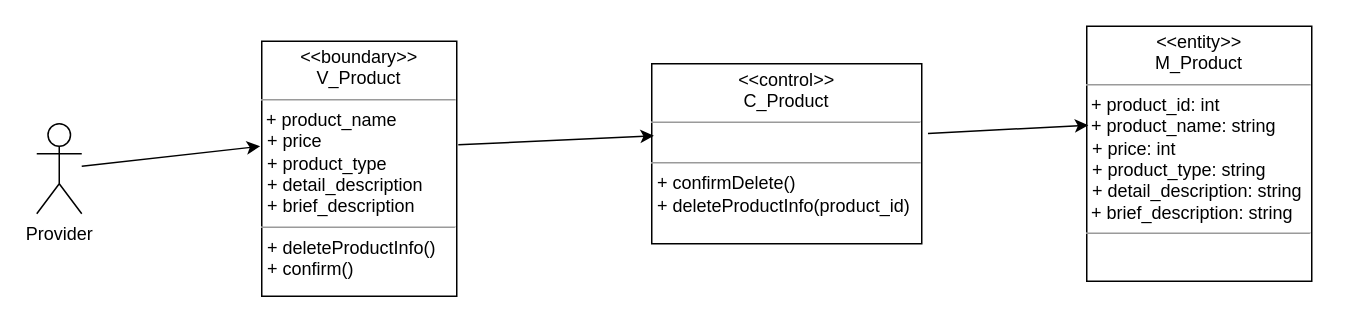
Above: Lop_tham_gia_Usecase/Duy's ClassUC/XoaSanPhamClass.drawio in hoangminh15/PTTKHT (draw.io), before the change. Source tidied: cells renumbered, new cells numbered last; positions are measured from the earlier drawing's top-left corner, leaving out a move shared by most shapes. Both pictures are drawn from the tidied source at 150%, with x=0, y=0 at pixel (36, 26).
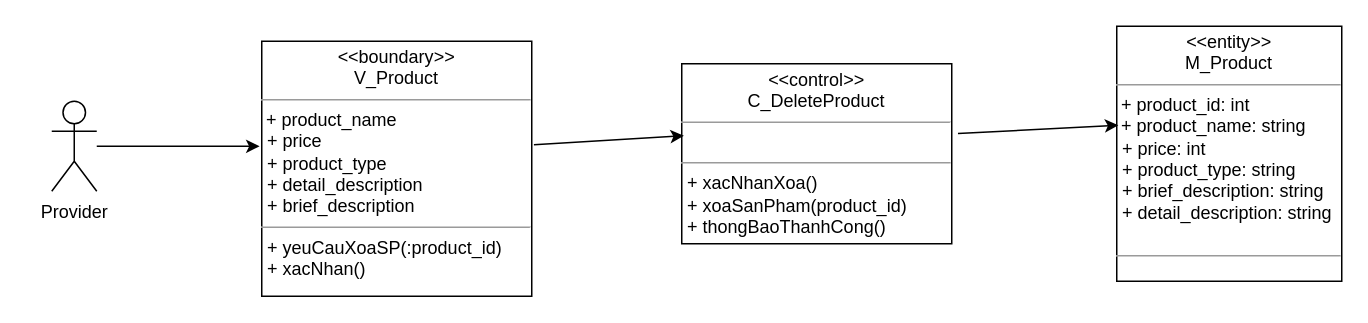
After the change.

The edit, as a diff of the source:
```diff
@@
 <mxGraphModel>
   <root>
     <mxCell id="0" />
     <mxCell id="1" parent="0" />
     <mxCell id="2" value="Provider" style="shape=umlActor;verticalLabelPosition=bottom;verticalAlign=top;html=1;" parent="1" vertex="1">
-      <mxGeometry y="65" width="30" height="60" as="geometry" />
+      <mxGeometry x="10" y="50" width="30" height="60" as="geometry" />
     </mxCell>
-    <mxCell id="3" value="&lt;p style=&quot;margin: 0px ; margin-top: 4px ; text-align: center&quot;&gt;&lt;i&gt;&amp;lt;&lt;/i&gt;&amp;lt;boundary&lt;i&gt;&amp;gt;&amp;gt;&lt;/i&gt;&lt;br&gt;V_Product&lt;/p&gt;&lt;hr size=&quot;1&quot;&gt;&amp;nbsp;+ product_name&lt;br&gt;&lt;p style=&quot;margin: 0px ; margin-left: 4px&quot;&gt;+ price&lt;br&gt;&lt;/p&gt;&lt;p style=&quot;margin: 0px ; margin-left: 4px&quot;&gt;+ product_type&lt;br&gt;&lt;/p&gt;&lt;p style=&quot;margin: 0px ; margin-left: 4px&quot;&gt;+ detail_description&lt;br&gt;&lt;/p&gt;&lt;p style=&quot;margin: 0px ; margin-left: 4px&quot;&gt;+ brief_description&lt;br&gt;&lt;/p&gt;&lt;hr size=&quot;1&quot;&gt;&lt;p style=&quot;margin: 0px ; margin-left: 4px&quot;&gt;+ deleteProductInfo()&lt;br&gt;&lt;/p&gt;&lt;p style=&quot;margin: 0px ; margin-left: 4px&quot;&gt;+ confirm()&lt;/p&gt;" style="verticalAlign=top;align=left;overflow=fill;fontSize=12;fontFamily=Helvetica;html=1;" parent="1" vertex="1">
-      <mxGeometry x="150" y="10" width="130" height="170" as="geometry" />
+    <mxCell id="3" value="&lt;p style=&quot;margin: 0px ; margin-top: 4px ; text-align: center&quot;&gt;&lt;i&gt;&amp;lt;&lt;/i&gt;&amp;lt;boundary&lt;i&gt;&amp;gt;&amp;gt;&lt;/i&gt;&lt;br&gt;V_Product&lt;/p&gt;&lt;hr size=&quot;1&quot;&gt;&amp;nbsp;+ product_name&lt;br&gt;&lt;p style=&quot;margin: 0px ; margin-left: 4px&quot;&gt;+ price&lt;br&gt;&lt;/p&gt;&lt;p style=&quot;margin: 0px ; margin-left: 4px&quot;&gt;+ product_type&lt;br&gt;&lt;/p&gt;&lt;p style=&quot;margin: 0px ; margin-left: 4px&quot;&gt;+ detail_description&lt;br&gt;&lt;/p&gt;&lt;p style=&quot;margin: 0px ; margin-left: 4px&quot;&gt;+ brief_description&lt;br&gt;&lt;/p&gt;&lt;hr size=&quot;1&quot;&gt;&lt;p style=&quot;margin: 0px ; margin-left: 4px&quot;&gt;+ yeuCauXoaSP(:product_id)&lt;br&gt;&lt;/p&gt;&lt;p style=&quot;margin: 0px ; margin-left: 4px&quot;&gt;+ xacNhan()&lt;/p&gt;" style="verticalAlign=top;align=left;overflow=fill;fontSize=12;fontFamily=Helvetica;html=1;" parent="1" vertex="1">
+      <mxGeometry x="150" y="10" width="180" height="170" as="geometry" />
     </mxCell>
-    <mxCell id="4" value="&lt;p style=&quot;margin: 0px ; margin-top: 4px ; text-align: center&quot;&gt;&lt;i&gt;&amp;lt;&lt;/i&gt;&amp;lt;control&lt;i&gt;&amp;gt;&amp;gt;&lt;/i&gt;&lt;br&gt;C_Product&lt;/p&gt;&lt;hr size=&quot;1&quot;&gt;&lt;br&gt;&lt;hr size=&quot;1&quot;&gt;&lt;p style=&quot;margin: 0px ; margin-left: 4px&quot;&gt;+ confirmDelete()&lt;/p&gt;&lt;p style=&quot;margin: 0px ; margin-left: 4px&quot;&gt;+ deleteProductInfo(product_id)&lt;br&gt;&lt;br&gt;&lt;/p&gt;" style="verticalAlign=top;align=left;overflow=fill;fontSize=12;fontFamily=Helvetica;html=1;" parent="1" vertex="1">
-      <mxGeometry x="410" y="25" width="180" height="120" as="geometry" />
+    <mxCell id="4" value="&lt;p style=&quot;margin: 0px ; margin-top: 4px ; text-align: center&quot;&gt;&lt;i&gt;&amp;lt;&lt;/i&gt;&amp;lt;control&lt;i&gt;&amp;gt;&amp;gt;&lt;/i&gt;&lt;br&gt;C_DeleteProduct&lt;/p&gt;&lt;hr size=&quot;1&quot;&gt;&lt;br&gt;&lt;hr size=&quot;1&quot;&gt;&lt;p style=&quot;margin: 0px ; margin-left: 4px&quot;&gt;+ xacNhanXoa()&lt;/p&gt;&lt;p style=&quot;margin: 0px ; margin-left: 4px&quot;&gt;+ xoaSanPham(product_id)&lt;/p&gt;&lt;p style=&quot;margin: 0px ; margin-left: 4px&quot;&gt;+ thongBaoThanhCong()&lt;br&gt;&lt;br&gt;&lt;/p&gt;" style="verticalAlign=top;align=left;overflow=fill;fontSize=12;fontFamily=Helvetica;html=1;" parent="1" vertex="1">
+      <mxGeometry x="430" y="25" width="180" height="120" as="geometry" />
     </mxCell>
     <mxCell id="5" style="endArrow=classic;html=1;exitX=1.008;exitY=0.406;exitDx=0;exitDy=0;exitPerimeter=0;entryX=0.008;entryY=0.4;entryDx=0;entryDy=0;entryPerimeter=0;" parent="1" edge="1" source="3" target="4">
       <mxGeometry relative="1" as="geometry" />
     </mxCell>
     <mxCell id="6" style="endArrow=classic;html=1;entryX=-0.008;entryY=0.412;entryDx=0;entryDy=0;entryPerimeter=0;" parent="1" edge="1" source="2" target="3">
       <mxGeometry relative="1" as="geometry" />
     </mxCell>
-    <mxCell id="7" value="&lt;p style=&quot;margin: 0px ; margin-top: 4px ; text-align: center&quot;&gt;&lt;i&gt;&amp;lt;&lt;/i&gt;&amp;lt;entity&lt;i&gt;&amp;gt;&amp;gt;&lt;/i&gt;&lt;br&gt;M_Product&lt;/p&gt;&lt;hr size=&quot;1&quot;&gt;&lt;div&gt;&amp;nbsp;+ product_id: int&lt;br&gt;&lt;/div&gt;&lt;div&gt;&amp;nbsp;+ product_name: string&lt;br&gt;&lt;/div&gt;&lt;p style=&quot;margin: 0px ; margin-left: 4px&quot;&gt;+ price: int&lt;br&gt;&lt;/p&gt;&lt;p style=&quot;margin: 0px ; margin-left: 4px&quot;&gt;+ product_type: string&lt;br&gt;&lt;/p&gt;&lt;p style=&quot;margin: 0px ; margin-left: 4px&quot;&gt;+ detail_description: string&lt;br&gt;&lt;/p&gt;&amp;nbsp;+ brief_description: string&lt;br&gt;&lt;hr size=&quot;1&quot;&gt;&lt;p style=&quot;margin: 0px ; margin-left: 4px&quot;&gt;&lt;br&gt;&lt;br&gt;&lt;/p&gt;" style="verticalAlign=top;align=left;overflow=fill;fontSize=12;fontFamily=Helvetica;html=1;" parent="1" vertex="1">
-      <mxGeometry x="700" width="150" height="170" as="geometry" />
+    <mxCell id="7" value="&lt;p style=&quot;margin: 0px ; margin-top: 4px ; text-align: center&quot;&gt;&lt;i&gt;&amp;lt;&lt;/i&gt;&amp;lt;entity&lt;i&gt;&amp;gt;&amp;gt;&lt;/i&gt;&lt;br&gt;M_Product&lt;/p&gt;&lt;hr size=&quot;1&quot;&gt;&lt;div&gt;&amp;nbsp;+ product_id: int&lt;br&gt;&lt;/div&gt;&lt;div&gt;&amp;nbsp;+ product_name: string&lt;br&gt;&lt;/div&gt;&lt;p style=&quot;margin: 0px ; margin-left: 4px&quot;&gt;+ price: int&lt;br&gt;&lt;/p&gt;&lt;p style=&quot;margin: 0px ; margin-left: 4px&quot;&gt;+ product_type: string&lt;br&gt;&lt;/p&gt;&lt;p style=&quot;margin: 0px ; margin-left: 4px&quot;&gt;+ brief_description: string&lt;br&gt;&lt;/p&gt;&lt;p style=&quot;margin: 0px ; margin-left: 4px&quot;&gt;+ detail_description: string&lt;br&gt;&lt;/p&gt;&amp;nbsp;&lt;br&gt;&lt;hr size=&quot;1&quot;&gt;&lt;p style=&quot;margin: 0px ; margin-left: 4px&quot;&gt;&lt;br&gt;&lt;br&gt;&lt;/p&gt;" style="verticalAlign=top;align=left;overflow=fill;fontSize=12;fontFamily=Helvetica;html=1;" parent="1" vertex="1">
+      <mxGeometry x="720" width="150" height="170" as="geometry" />
     </mxCell>
     <mxCell id="8" style="endArrow=classic;html=1;exitX=1.023;exitY=0.388;exitDx=0;exitDy=0;exitPerimeter=0;entryX=0.007;entryY=0.388;entryDx=0;entryDy=0;entryPerimeter=0;" parent="1" edge="1" source="4" target="7">
       <mxGeometry relative="1" as="geometry" />
     </mxCell>
   </root>
 </mxGraphModel>
```
